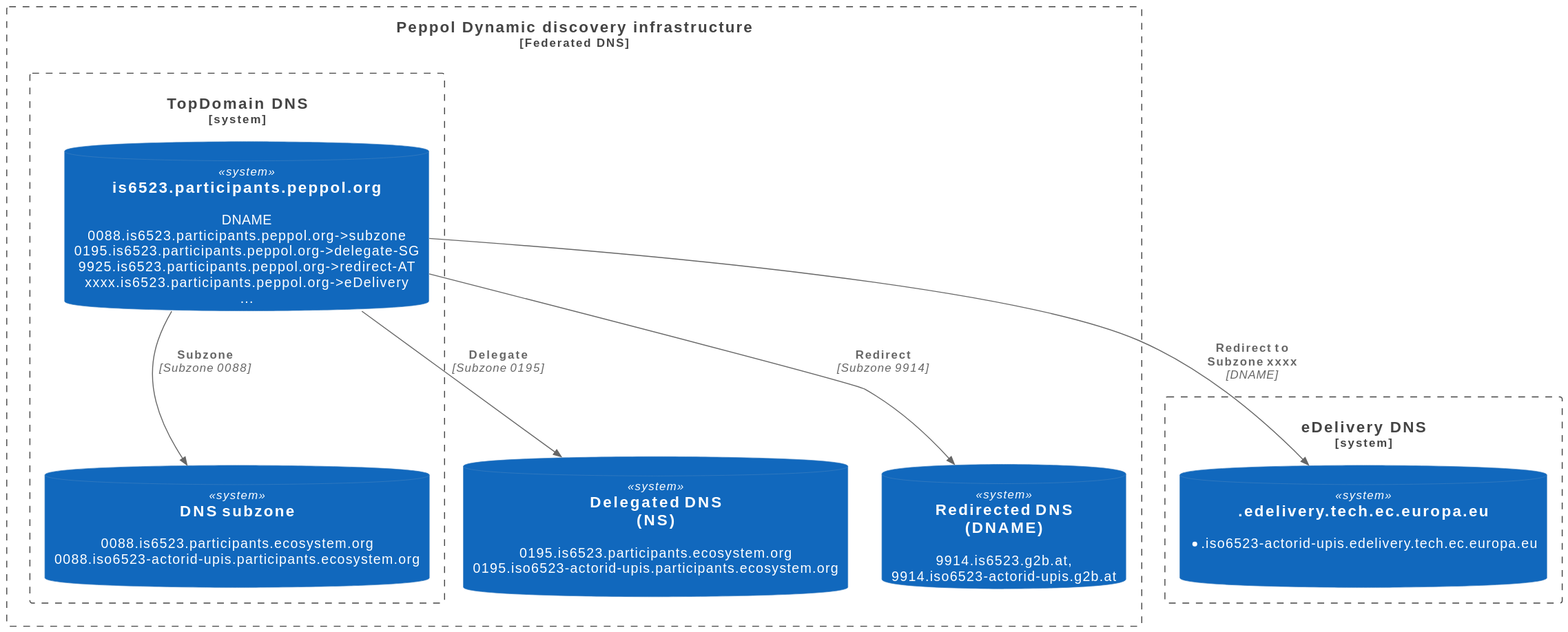
Before: images/generated-images/dynamic-discovery-infrastructure-transition-01.svg, a diagram exported from PlantUML (ec-edelivery/dynamic-discovery-federated-infrastructure).
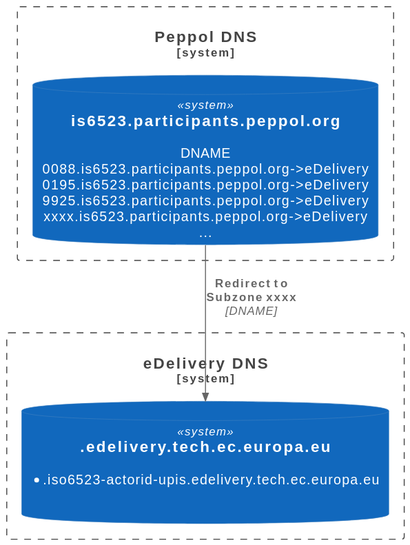
The same file after the commit.

Change to the diagram source:
```diff
@@ -5,25 +5,9 @@
 System_Boundary(c1, "eDelivery DNS") {
         SystemDb(eDeliveryDNS, ".edelivery.tech.ec.europa.eu", "*.iso6523-actorid-upis.edelivery.tech.ec.europa.eu\n\n")
 }
-
-
-Boundary(ecosystemSMLService, "Peppol Dynamic discovery infrastructure", "Federated DNS") {
-
- System_Boundary(c2, "TopDomain DNS") {
-        SystemDb(PeppolDNS, "is6523.participants.peppol.org", "DNAME\n0088.is6523.participants.peppol.org->subzone\n0195.is6523.participants.peppol.org->delegate-SG\n9925.is6523.participants.peppol.org->redirect-AT\nxxxx.is6523.participants.peppol.org->eDelivery\n...")
-        SystemDb(ecosystemDNSSubzone, "DNS subzone", "0088.is6523.participants.ecosystem.org\n0088.iso6523-actorid-upis.participants.ecosystem.org\n")
-    }
-    SystemDb(delegatedDNS, "Delegated DNS\n(NS)", "0195.is6523.participants.ecosystem.org\n0195.iso6523-actorid-upis.participants.ecosystem.org\n")
-    SystemDb(redirectedDNS, "Redirected DNS\n(DNAME)", "9914.is6523.g2b.at,\n9914.iso6523-actorid-upis.g2b.at")
-
-    Rel(PeppolDNS, ecosystemDNSSubzone, "Subzone", "Subzone 0088")
-    Rel(PeppolDNS, delegatedDNS, "Delegate", "Subzone 0195")
-    Rel(PeppolDNS, redirectedDNS, "Redirect", "Subzone 9914")
-    Lay_D(PeppolDNS, delegatedDNS)
-    Lay_D(PeppolDNS, redirectedDNS)
+System_Boundary(c2, "Peppol DNS") {
+    SystemDb(PeppolDNS, "is6523.participants.peppol.org", "DNAME\n0088.is6523.participants.peppol.org->eDelivery\n0195.is6523.participants.peppol.org->eDelivery\n9925.is6523.participants.peppol.org->eDelivery\nxxxx.is6523.participants.peppol.org->eDelivery\n...")
 }
-
-
 
 
 Rel(PeppolDNS, eDeliveryDNS, "Redirect to\nSubzone xxxx", "DNAME")
```
